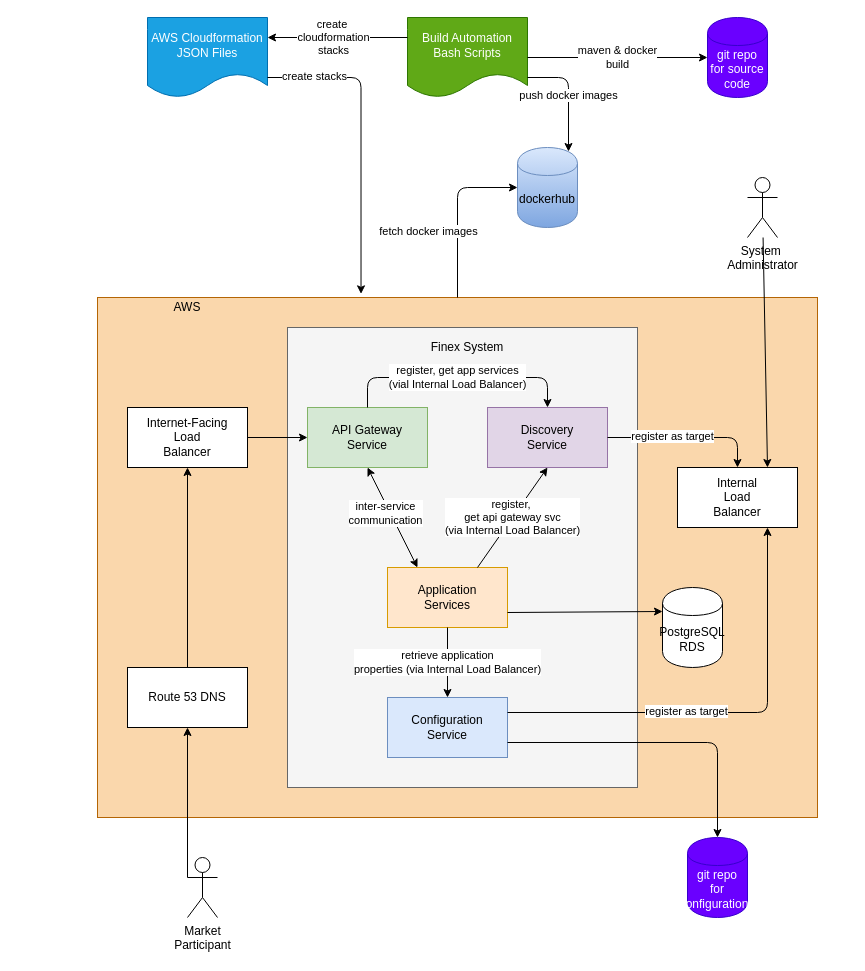
Earlier version of the draw.io diagram page "Complete Picture" (1 of 12) of financial-exchange-docs/finex-software-architecture.drawio (hthakkar275/finexv2). Source tidied: cells renumbered, new cells numbered last; positions are measured from the earlier drawing's top-left corner, leaving out a move shared by most shapes. Both pictures are drawn from the tidied source at 100%, with x=0, y=0 at pixel (97, 17).
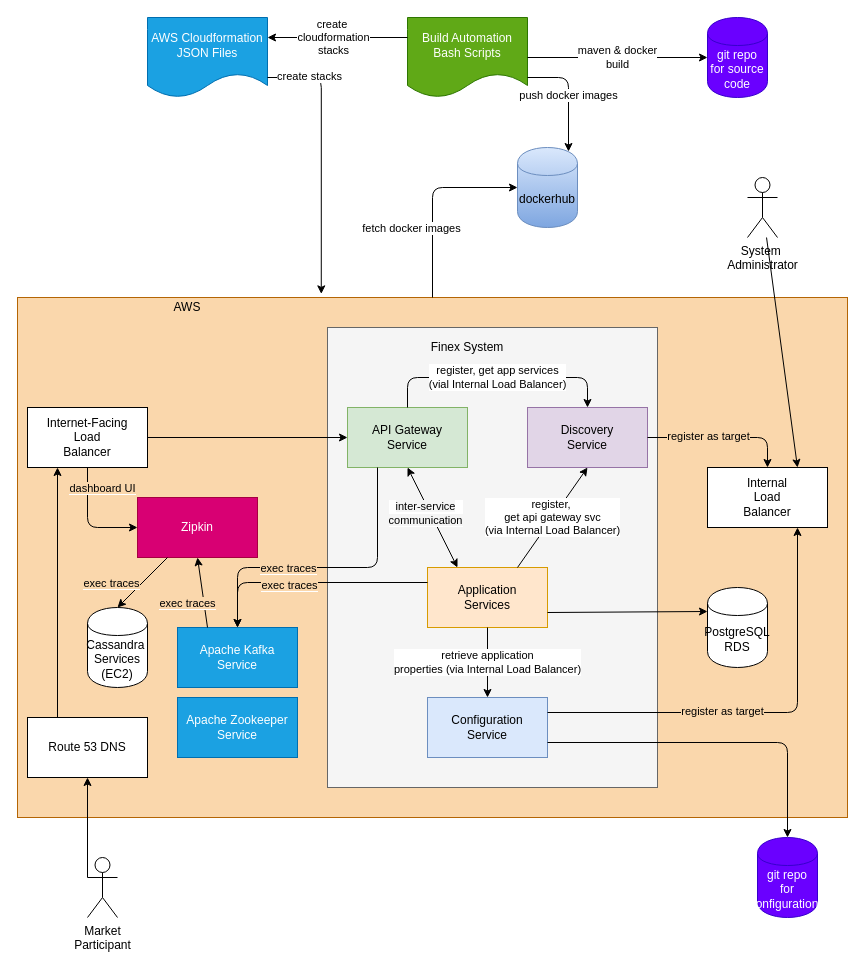
The same page after the edit.

The change refers to these unchanged cells:
```xml
<mxCell id="38" style="endArrow=classic;startArrow=classic;html=1;entryX=0.5;entryY=1;entryDx=0;entryDy=0;exitX=0.25;exitY=0;exitDx=0;exitDy=0;" parent="1" edge="1" source="4" target="6">
  <mxGeometry relative="1" as="geometry" />
</mxCell>
<mxCell id="41" style="endArrow=classic;html=1;exitX=1;exitY=0.25;exitDx=0;exitDy=0;entryX=0.75;entryY=1;entryDx=0;entryDy=0;edgeStyle=orthogonalEdgeStyle;" parent="1" edge="1" source="5" target="11">
  <mxGeometry relative="1" as="geometry" />
</mxCell>
<mxCell id="43" style="endArrow=classic;html=1;exitX=1;exitY=0.5;exitDx=0;exitDy=0;entryX=0.5;entryY=0;entryDx=0;entryDy=0;edgeStyle=orthogonalEdgeStyle;" parent="1" edge="1" source="36" target="11">
  <mxGeometry relative="1" as="geometry" />
</mxCell>
```

What changed in the source:
```diff
@@
     <mxCell id="2" style="rounded=0;whiteSpace=wrap;html=1;fillColor=#fad7ac;strokeColor=#b46504;" parent="1" vertex="1">
-      <mxGeometry y="280" width="720" height="520" as="geometry" />
+      <mxGeometry x="-80" y="280" width="830" height="520" as="geometry" />
     </mxCell>
     <mxCell id="3" style="rounded=0;whiteSpace=wrap;html=1;fillColor=#f5f5f5;strokeColor=#666666;fontColor=#333333;" parent="1" vertex="1">
-      <mxGeometry x="190" y="310" width="350" height="460" as="geometry" />
+      <mxGeometry x="230" y="310" width="330" height="460" as="geometry" />
     </mxCell>
     <mxCell id="4" value="Application&lt;br&gt;Services" style="rounded=0;whiteSpace=wrap;html=1;fillColor=#ffe6cc;strokeColor=#d79b00;" parent="1" vertex="1">
-      <mxGeometry x="290" y="550" width="120" height="60" as="geometry" />
+      <mxGeometry x="330" y="550" width="120" height="60" as="geometry" />
     </mxCell>
     <mxCell id="5" value="Configuration&lt;br&gt;Service" style="rounded=0;whiteSpace=wrap;html=1;fillColor=#dae8fc;strokeColor=#6c8ebf;" parent="1" vertex="1">
-      <mxGeometry x="290" y="680" width="120" height="60" as="geometry" />
+      <mxGeometry x="330" y="680" width="120" height="60" as="geometry" />
     </mxCell>
     <mxCell id="6" value="API Gateway&lt;br&gt;Service" style="rounded=0;whiteSpace=wrap;html=1;fillColor=#d5e8d4;strokeColor=#82b366;" parent="1" vertex="1">
-      <mxGeometry x="210" y="390" width="120" height="60" as="geometry" />
+      <mxGeometry x="250" y="390" width="120" height="60" as="geometry" />
     </mxCell>
@@
     <mxCell id="8" value="git repo&lt;br&gt;for configurations" style="shape=cylinder;whiteSpace=wrap;html=1;boundedLbl=1;backgroundOutline=1;fillColor=#6a00ff;strokeColor=#3700CC;fontColor=#ffffff;" parent="1" vertex="1">
-      <mxGeometry x="590" y="820" width="60" height="80" as="geometry" />
+      <mxGeometry x="660" y="820" width="60" height="80" as="geometry" />
     </mxCell>
@@
     <mxCell id="11" value="Internal&lt;br&gt;Load &lt;br&gt;Balancer" style="rounded=0;whiteSpace=wrap;html=1;" parent="1" vertex="1">
-      <mxGeometry x="580" y="450" width="120" height="60" as="geometry" />
+      <mxGeometry x="610" y="450" width="120" height="60" as="geometry" />
     </mxCell>
     <mxCell id="12" value="Internet-Facing&lt;br&gt;Load &lt;br&gt;Balancer" style="rounded=0;whiteSpace=wrap;html=1;" parent="1" vertex="1">
-      <mxGeometry x="30" y="390" width="120" height="60" as="geometry" />
+      <mxGeometry x="-70" y="390" width="120" height="60" as="geometry" />
     </mxCell>
     <mxCell id="13" value="Route 53 DNS" style="rounded=0;whiteSpace=wrap;html=1;" parent="1" vertex="1">
-      <mxGeometry x="30" y="650" width="120" height="60" as="geometry" />
+      <mxGeometry x="-70" y="700" width="120" height="60" as="geometry" />
     </mxCell>
     <mxCell id="14" value="PostgreSQL&lt;br&gt;RDS" style="shape=cylinder;whiteSpace=wrap;html=1;boundedLbl=1;backgroundOutline=1;" parent="1" vertex="1">
-      <mxGeometry x="565" y="570" width="60" height="80" as="geometry" />
+      <mxGeometry x="610" y="570" width="60" height="80" as="geometry" />
     </mxCell>
     <mxCell id="15" value="Market&lt;br&gt;Participant" style="shape=umlActor;verticalLabelPosition=bottom;labelBackgroundColor=#ffffff;verticalAlign=top;html=1;outlineConnect=0;" parent="1" vertex="1">
-      <mxGeometry x="90" y="840" width="30" height="60" as="geometry" />
+      <mxGeometry x="-10" y="840" width="30" height="60" as="geometry" />
     </mxCell>
@@
-    <mxCell id="17" style="endArrow=classic;html=1;exitX=0.5;exitY=0;exitDx=0;exitDy=0;" parent="1" edge="1" source="13" target="12">
+    <mxCell id="17" style="endArrow=classic;html=1;exitX=0.25;exitY=0;exitDx=0;exitDy=0;entryX=0.25;entryY=1;entryDx=0;entryDy=0;" parent="1" edge="1" source="13" target="12">
       <mxGeometry relative="1" as="geometry" />
     </mxCell>
@@
     <mxCell id="36" value="Discovery&lt;br&gt;Service" style="rounded=0;whiteSpace=wrap;html=1;fillColor=#e1d5e7;strokeColor=#9673a6;" parent="1" vertex="1">
-      <mxGeometry x="390" y="390" width="120" height="60" as="geometry" />
+      <mxGeometry x="430" y="390" width="120" height="60" as="geometry" />
     </mxCell>
@@
-    <mxCell id="39" value="inter-service&lt;br&gt;communication" style="edgeLabel;html=1;align=center;verticalAlign=middle;" parent="38" vertex="1">
+    <mxCell id="39" value="&lt;span style=&quot;background-color: rgb(245 , 245 , 245)&quot;&gt;inter-service&lt;br&gt;communication&lt;/span&gt;" style="edgeLabel;html=1;align=center;verticalAlign=middle;" parent="38" vertex="1">
       <mxGeometry x="0.12" y="5" relative="1" as="geometry" />
     </mxCell>
     <mxCell id="40" value="register, get app services&lt;br&gt;(vial Internal Load Balancer)" style="endArrow=classic;html=1;exitX=0.5;exitY=0;exitDx=0;exitDy=0;entryX=0.5;entryY=0;entryDx=0;entryDy=0;edgeStyle=orthogonalEdgeStyle;" parent="1" edge="1" source="6" target="36">
       <mxGeometry relative="1" as="geometry">
         <Array as="points">
-          <mxPoint x="270" y="360" />
-          <mxPoint x="450" y="360" />
+          <mxPoint x="310" y="360" />
+          <mxPoint x="490" y="360" />
         </Array>
       </mxGeometry>
     </mxCell>
@@
-    <mxCell id="42" value="register as target" style="edgeLabel;html=1;align=center;verticalAlign=middle;" parent="41" vertex="1">
+    <mxCell id="42" value="register as target" style="edgeLabel;html=1;align=center;verticalAlign=middle;labelBackgroundColor=#FAD7AC;" parent="41" vertex="1">
       <mxGeometry x="-0.2" y="2" relative="1" as="geometry" />
     </mxCell>
@@
-    <mxCell id="44" value="register as target" style="edgeLabel;html=1;align=center;verticalAlign=middle;" parent="43" vertex="1">
+    <mxCell id="44" value="register as target" style="edgeLabel;html=1;align=center;verticalAlign=middle;labelBackgroundColor=#FAD7AC;" parent="43" vertex="1">
       <mxGeometry x="-0.2" y="2" relative="1" as="geometry" />
     </mxCell>
+    <mxCell id="45" value="Apache Kafka&lt;br&gt;Service" style="rounded=0;whiteSpace=wrap;html=1;fillColor=#1ba1e2;strokeColor=#006EAF;fontColor=#ffffff;" parent="1" vertex="1">
+      <mxGeometry x="80" y="610" width="120" height="60" as="geometry" />
+    </mxCell>
+    <mxCell id="46" value="Cassandra&amp;nbsp;&lt;br&gt;Services&lt;br&gt;(EC2)" style="shape=cylinder;whiteSpace=wrap;html=1;boundedLbl=1;backgroundOutline=1;" parent="1" vertex="1">
+      <mxGeometry x="-10" y="590" width="60" height="80" as="geometry" />
+    </mxCell>
+    <mxCell id="47" value="Zipkin" style="rounded=0;whiteSpace=wrap;html=1;fillColor=#d80073;strokeColor=#A50040;fontColor=#ffffff;" parent="1" vertex="1">
+      <mxGeometry x="40" y="480" width="120" height="60" as="geometry" />
+    </mxCell>
+    <mxCell id="48" style="endArrow=classic;html=1;exitX=0.25;exitY=1;exitDx=0;exitDy=0;entryX=0.5;entryY=0;entryDx=0;entryDy=0;edgeStyle=orthogonalEdgeStyle;" parent="1" edge="1" source="6" target="45">
+      <mxGeometry relative="1" as="geometry">
+        <Array as="points">
+          <mxPoint x="280" y="550" />
+          <mxPoint x="140" y="550" />
+        </Array>
+      </mxGeometry>
+    </mxCell>
+    <mxCell id="49" value="&lt;span style=&quot;background-color: rgb(250 , 215 , 172)&quot;&gt;exec traces&lt;/span&gt;" style="edgeLabel;html=1;align=center;verticalAlign=middle;" parent="48" vertex="1">
+      <mxGeometry x="0.05" y="2" relative="1" as="geometry">
+        <mxPoint x="-32" y="-2" as="offset" />
+      </mxGeometry>
+    </mxCell>
+    <mxCell id="50" style="endArrow=classic;html=1;exitX=0;exitY=0.25;exitDx=0;exitDy=0;edgeStyle=orthogonalEdgeStyle;entryX=0.5;entryY=0;entryDx=0;entryDy=0;" parent="1" edge="1" source="4" target="45">
+      <mxGeometry relative="1" as="geometry" />
+    </mxCell>
+    <mxCell id="51" value="&lt;span style=&quot;background-color: rgb(250 , 215 , 172)&quot;&gt;exec traces&lt;/span&gt;" style="edgeLabel;html=1;align=center;verticalAlign=middle;" parent="50" vertex="1">
+      <mxGeometry x="0.05" y="2" relative="1" as="geometry">
+        <mxPoint x="-16" as="offset" />
+      </mxGeometry>
+    </mxCell>
+    <mxCell id="52" style="endArrow=classic;html=1;exitX=0.25;exitY=1;exitDx=0;exitDy=0;entryX=0.5;entryY=0;entryDx=0;entryDy=0;" parent="1" edge="1" source="47" target="46">
+      <mxGeometry relative="1" as="geometry" />
+    </mxCell>
+    <mxCell id="53" value="&lt;span style=&quot;background-color: rgb(250 , 215 , 172)&quot;&gt;exec traces&lt;/span&gt;" style="edgeLabel;html=1;align=center;verticalAlign=middle;" parent="52" vertex="1">
+      <mxGeometry x="0.05" y="2" relative="1" as="geometry">
+        <mxPoint x="-32" y="-2" as="offset" />
+      </mxGeometry>
+    </mxCell>
+    <mxCell id="54" style="endArrow=classic;html=1;exitX=0.25;exitY=0;exitDx=0;exitDy=0;entryX=0.5;entryY=1;entryDx=0;entryDy=0;" parent="1" edge="1" source="45" target="47">
+      <mxGeometry relative="1" as="geometry" />
+    </mxCell>
+    <mxCell id="55" value="&lt;span style=&quot;background-color: rgb(250 , 215 , 172)&quot;&gt;exec traces&lt;/span&gt;" style="edgeLabel;html=1;align=center;verticalAlign=middle;" parent="54" vertex="1">
+      <mxGeometry x="0.05" y="2" relative="1" as="geometry">
+        <mxPoint x="-12.8" y="11.4" as="offset" />
+      </mxGeometry>
+    </mxCell>
+    <mxCell id="56" style="endArrow=classic;html=1;exitX=0.5;exitY=1;exitDx=0;exitDy=0;entryX=0;entryY=0.5;entryDx=0;entryDy=0;edgeStyle=orthogonalEdgeStyle;" parent="1" edge="1" source="12" target="47">
+      <mxGeometry relative="1" as="geometry" />
+    </mxCell>
+    <mxCell id="57" value="&lt;span style=&quot;background-color: rgb(250 , 215 , 172)&quot;&gt;dashboard UI&lt;/span&gt;" style="edgeLabel;html=1;align=center;verticalAlign=middle;" parent="56" vertex="1">
+      <mxGeometry x="0.05" y="2" relative="1" as="geometry">
+        <mxPoint x="12" y="-38" as="offset" />
+      </mxGeometry>
+    </mxCell>
+    <mxCell id="58" value="Apache Zookeeper Service" style="rounded=0;whiteSpace=wrap;html=1;fillColor=#1ba1e2;strokeColor=#006EAF;fontColor=#ffffff;" parent="1" vertex="1">
+      <mxGeometry x="80" y="680" width="120" height="60" as="geometry" />
+    </mxCell>
```
